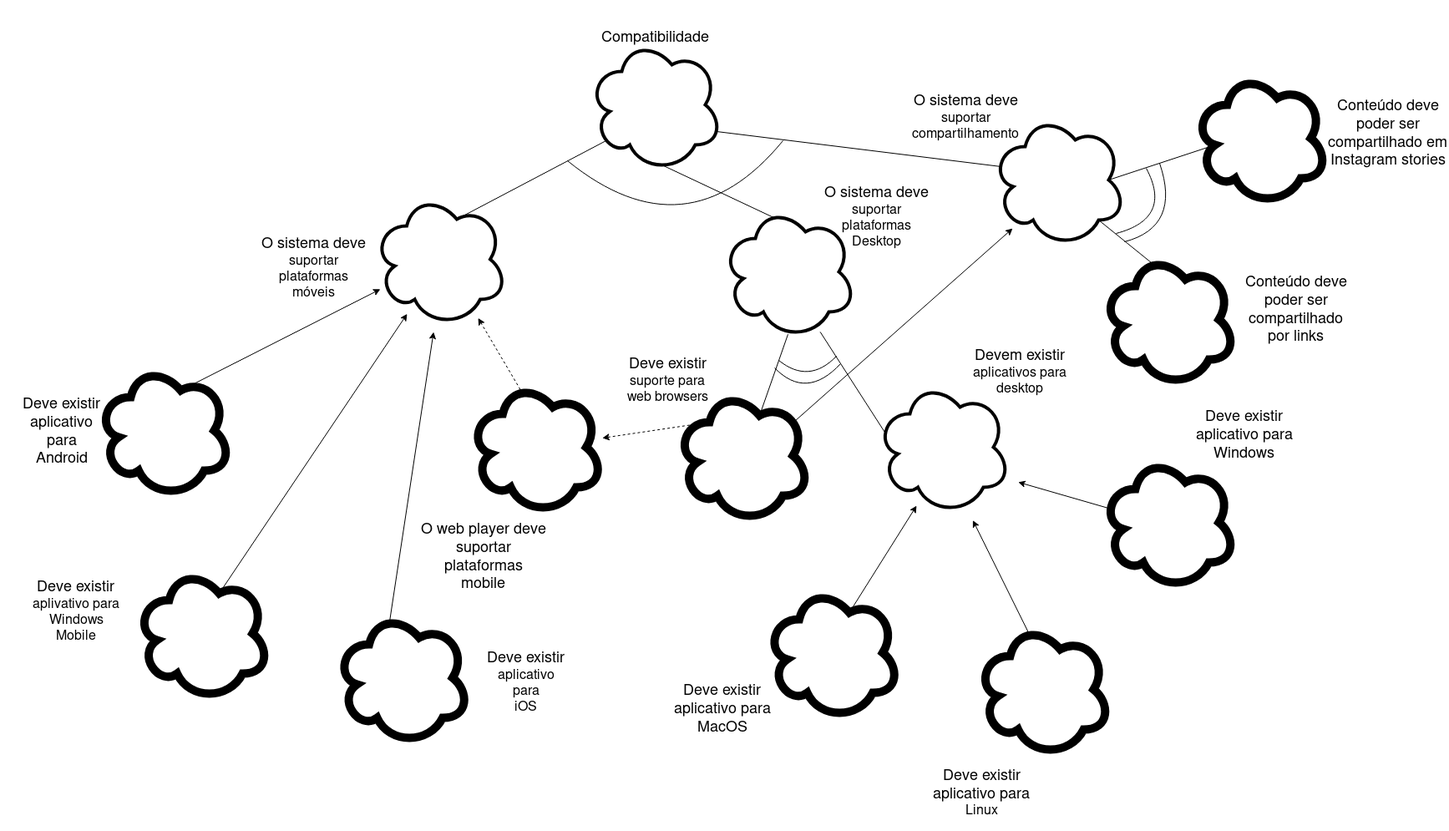
This is docs/assets/images/NFR/NFR-Compatibilidade-sem-propagacao.png from Requisitos-de-Software/2019.2-Deezer, a draw.io export, as it was before one commit. Source tidied: cells renumbered, new cells last; positions are measured from the earlier drawing's top-left corner, leaving out a move shared by most shapes.
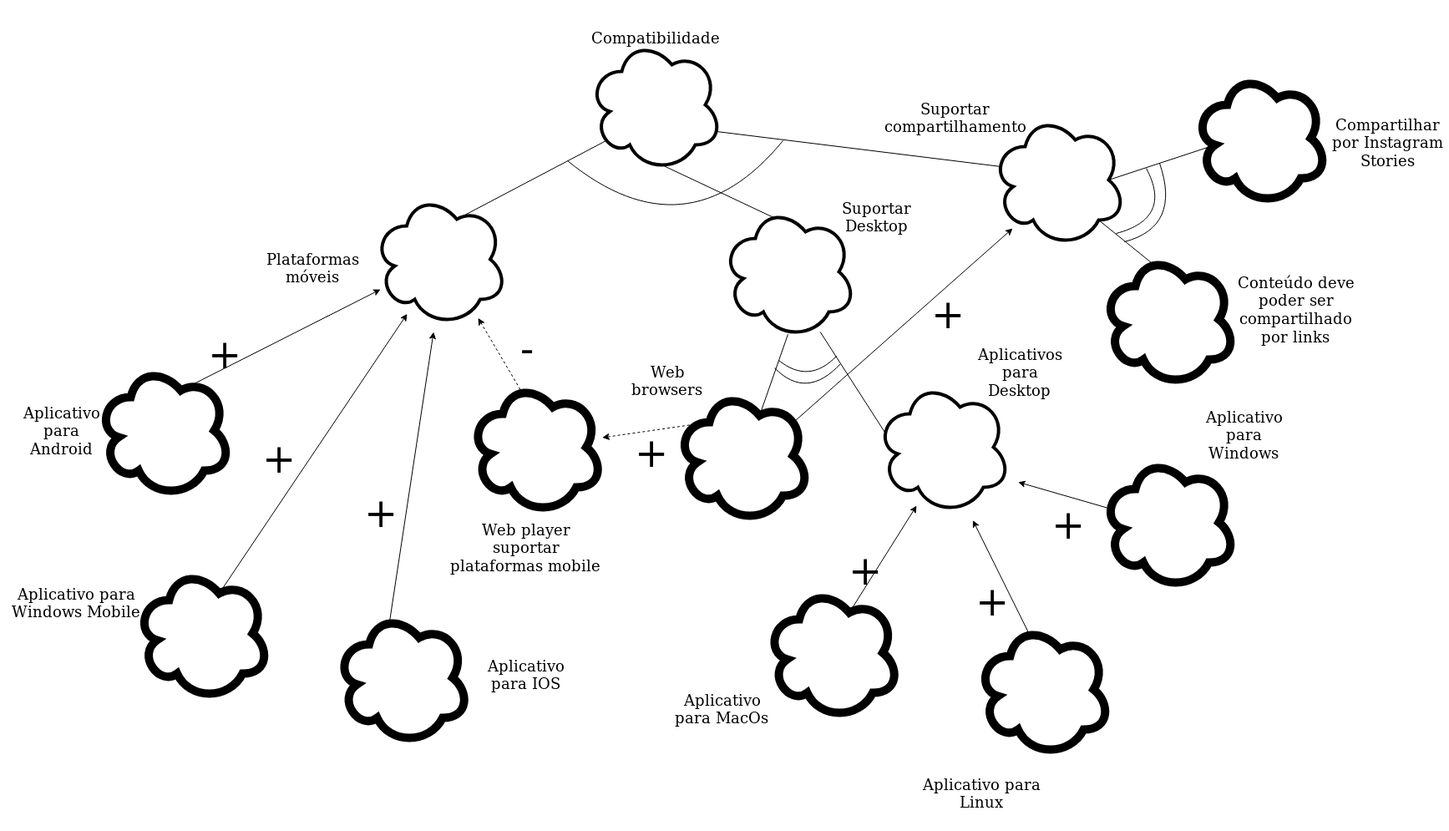
The same file after the commit.

Change to the diagram source:
```diff
@@ -2,6 +2,27 @@
   <root>
     <mxCell id="0" />
     <mxCell id="1" parent="0" />
+    <mxCell id="54" value="&lt;font style=&quot;font-size: 48px&quot;&gt;+&lt;/font&gt;" style="text;html=1;strokeColor=none;fillColor=none;align=center;verticalAlign=middle;whiteSpace=wrap;rounded=0;labelBackgroundColor=#ffffff;fontSize=100;gradientColor=#ffffff;" parent="1" vertex="1">
+      <mxGeometry x="1092" y="343" width="83" height="27" as="geometry" />
+    </mxCell>
+    <mxCell id="55" value="&lt;font style=&quot;font-size: 48px&quot;&gt;+&lt;/font&gt;" style="text;html=1;strokeColor=none;fillColor=none;align=center;verticalAlign=middle;whiteSpace=wrap;rounded=0;labelBackgroundColor=#ffffff;fontSize=100;" parent="1" vertex="1">
+      <mxGeometry x="291.5" y="481.5" width="83" height="97" as="geometry" />
+    </mxCell>
+    <mxCell id="56" value="&lt;font style=&quot;font-size: 48px&quot;&gt;+&lt;/font&gt;" style="text;html=1;strokeColor=none;fillColor=none;align=center;verticalAlign=middle;whiteSpace=wrap;rounded=0;labelBackgroundColor=#ffffff;fontSize=100;" parent="1" vertex="1">
+      <mxGeometry x="226" y="356.5" width="83" height="97" as="geometry" />
+    </mxCell>
+    <mxCell id="57" value="&lt;font style=&quot;font-size: 48px&quot;&gt;+&lt;/font&gt;" style="text;html=1;strokeColor=none;fillColor=none;align=center;verticalAlign=middle;whiteSpace=wrap;rounded=0;labelBackgroundColor=#ffffff;fontSize=100;gradientColor=#ffffff;" parent="1" vertex="1">
+      <mxGeometry x="1236" y="595" width="83" height="27" as="geometry" />
+    </mxCell>
+    <mxCell id="58" value="&lt;font style=&quot;font-size: 48px&quot;&gt;+&lt;/font&gt;" style="text;html=1;strokeColor=none;fillColor=none;align=center;verticalAlign=middle;whiteSpace=wrap;rounded=0;labelBackgroundColor=#ffffff;fontSize=100;gradientColor=#ffffff;" parent="1" vertex="1">
+      <mxGeometry x="1145.5" y="687.5" width="83" height="27" as="geometry" />
+    </mxCell>
+    <mxCell id="59" value="&lt;font style=&quot;font-size: 48px&quot;&gt;+&lt;/font&gt;" style="text;html=1;strokeColor=none;fillColor=none;align=center;verticalAlign=middle;whiteSpace=wrap;rounded=0;labelBackgroundColor=#ffffff;fontSize=100;gradientColor=#ffffff;" parent="1" vertex="1">
+      <mxGeometry x="993.5" y="651" width="83" height="27" as="geometry" />
+    </mxCell>
+    <mxCell id="60" value="&lt;font style=&quot;font-size: 48px&quot;&gt;+&lt;/font&gt;" style="text;html=1;strokeColor=none;fillColor=none;align=center;verticalAlign=middle;whiteSpace=wrap;rounded=0;labelBackgroundColor=#ffffff;fontSize=100;gradientColor=#ffffff;" parent="1" vertex="1">
+      <mxGeometry x="737.5" y="509.5" width="83" height="27" as="geometry" />
+    </mxCell>
     <mxCell id="2" style="edgeStyle=none;rounded=0;jettySize=auto;html=1;exitX=0.55;exitY=0.95;exitDx=0;exitDy=0;exitPerimeter=0;entryX=0.4;entryY=0.1;entryDx=0;entryDy=0;entryPerimeter=0;endArrow=none;endFill=0;fontSize=14;" parent="1" edge="1" source="3" target="32">
       <mxGeometry relative="1" as="geometry" />
     </mxCell>
@@ -66,37 +87,37 @@
     <mxCell id="19" style="ellipse;shape=cloud;strokeWidth=10;fontSize=14;whiteSpace=wrap;html=1;align=center;" parent="1" vertex="1">
       <mxGeometry x="561.5" y="455" width="160" height="160" as="geometry" />
     </mxCell>
-    <mxCell id="20" value="&lt;div style=&quot;font-size: 18px&quot;&gt;&lt;font style=&quot;font-size: 18px&quot;&gt;Deve existir&lt;/font&gt;&lt;/div&gt;&lt;div style=&quot;font-size: 18px&quot;&gt;&lt;font style=&quot;font-size: 18px&quot;&gt;aplicativo para&lt;/font&gt;&lt;/div&gt;&lt;div style=&quot;font-size: 18px&quot;&gt;&lt;font style=&quot;font-size: 18px&quot;&gt;Android&lt;/font&gt;&lt;/div&gt;" style="text;html=1;strokeColor=none;fillColor=none;align=center;verticalAlign=middle;whiteSpace=wrap;rounded=0;" parent="1" vertex="1">
+    <mxCell id="20" value="&lt;font style=&quot;font-size: 18px&quot;&gt;Aplicativo para Android&lt;br&gt;&lt;/font&gt;" style="text;html=1;strokeColor=none;fillColor=none;align=center;verticalAlign=middle;whiteSpace=wrap;rounded=0;" parent="1" vertex="1">
       <mxGeometry x="17" y="462" width="113" height="107" as="geometry" />
     </mxCell>
-    <mxCell id="21" value="&lt;div&gt;&lt;font style=&quot;font-size: 18px&quot;&gt;O sistema deve&lt;/font&gt;&lt;/div&gt;&lt;div&gt;&lt;font size=&quot;3&quot;&gt;suportar&lt;/font&gt;&lt;/div&gt;&lt;div&gt;&lt;font size=&quot;3&quot;&gt;plataformas&lt;/font&gt;&lt;/div&gt;&lt;div&gt;&lt;font size=&quot;3&quot;&gt;móveis&lt;/font&gt;&lt;/div&gt;" style="text;html=1;strokeColor=none;fillColor=none;align=center;verticalAlign=middle;whiteSpace=wrap;rounded=0;" parent="1" vertex="1">
+    <mxCell id="21" value="&lt;font style=&quot;font-size: 18px&quot;&gt;Plataformas móveis&lt;br&gt;&lt;/font&gt;" style="text;html=1;strokeColor=none;fillColor=none;align=center;verticalAlign=middle;whiteSpace=wrap;rounded=0;" parent="1" vertex="1">
       <mxGeometry x="303" y="275" width="143" height="90" as="geometry" />
     </mxCell>
-    <mxCell id="22" value="&lt;div&gt;&lt;font style=&quot;font-size: 18px&quot;&gt;O sistema deve&lt;/font&gt;&lt;/div&gt;&lt;div&gt;&lt;font size=&quot;3&quot;&gt;suportar&lt;/font&gt;&lt;/div&gt;&lt;div&gt;&lt;font size=&quot;3&quot;&gt;plataformas&lt;/font&gt;&lt;/div&gt;&lt;div&gt;&lt;font size=&quot;3&quot;&gt;Desktop&lt;/font&gt;&lt;/div&gt;" style="text;html=1;strokeColor=none;fillColor=none;align=center;verticalAlign=middle;whiteSpace=wrap;rounded=0;" parent="1" vertex="1">
+    <mxCell id="22" value="&lt;font style=&quot;font-size: 18px&quot;&gt;Suportar Desktop&lt;br&gt;&lt;/font&gt;" style="text;html=1;strokeColor=none;fillColor=none;align=center;verticalAlign=middle;whiteSpace=wrap;rounded=0;" parent="1" vertex="1">
       <mxGeometry x="976.5" y="214" width="145" height="90" as="geometry" />
     </mxCell>
-    <mxCell id="23" value="&lt;div style=&quot;font-size: 18px&quot;&gt;&lt;font style=&quot;font-size: 18px&quot;&gt;O web player deve suportar&lt;/font&gt;&lt;/div&gt;&lt;div style=&quot;font-size: 18px&quot;&gt;&lt;font style=&quot;font-size: 18px&quot;&gt;plataformas&lt;/font&gt;&lt;/div&gt;&lt;div style=&quot;font-size: 18px&quot;&gt;&lt;font style=&quot;font-size: 18px&quot;&gt;mobile&lt;/font&gt;&lt;/div&gt;" style="text;html=1;strokeColor=none;fillColor=none;align=center;verticalAlign=middle;whiteSpace=wrap;rounded=0;direction=south;" parent="1" vertex="1">
-      <mxGeometry x="481.5" y="587" width="193" height="158" as="geometry" />
+    <mxCell id="23" value="&lt;font style=&quot;font-size: 18px&quot;&gt;Web player suportar plataformas mobile&lt;br&gt;&lt;/font&gt;" style="text;html=1;strokeColor=none;fillColor=none;align=center;verticalAlign=middle;whiteSpace=wrap;rounded=0;direction=south;" parent="1" vertex="1">
+      <mxGeometry x="533" y="576" width="193" height="158" as="geometry" />
     </mxCell>
     <mxCell id="24" value="&lt;font style=&quot;font-size: 18px&quot;&gt;Compatibilidade&lt;/font&gt;" style="text;html=1;strokeColor=none;fillColor=none;align=center;verticalAlign=middle;whiteSpace=wrap;rounded=0;" parent="1" vertex="1">
       <mxGeometry x="739" width="90" height="90" as="geometry" />
     </mxCell>
-    <mxCell id="25" value="&lt;div&gt;&lt;font style=&quot;font-size: 18px&quot;&gt;Deve existir aplicativo para&lt;/font&gt;&lt;/div&gt;&lt;div&gt;&lt;font size=&quot;3&quot;&gt;Linux&lt;/font&gt;&lt;/div&gt;" style="text;html=1;strokeColor=none;fillColor=none;align=center;verticalAlign=middle;whiteSpace=wrap;rounded=0;" parent="1" vertex="1">
+    <mxCell id="25" value="&lt;font style=&quot;font-size: 18px&quot;&gt;Aplicativo para Linux&lt;br&gt;&lt;/font&gt;" style="text;html=1;strokeColor=none;fillColor=none;align=center;verticalAlign=middle;whiteSpace=wrap;rounded=0;" parent="1" vertex="1">
       <mxGeometry x="1101" y="905" width="148" height="88" as="geometry" />
     </mxCell>
-    <mxCell id="26" value="&lt;div&gt;&lt;font style=&quot;font-size: 18px&quot;&gt;Deve existir&lt;/font&gt;&lt;/div&gt;&lt;div&gt;&lt;font size=&quot;3&quot;&gt;suporte para web browsers&lt;/font&gt;&lt;/div&gt;" style="text;html=1;strokeColor=none;fillColor=none;align=center;verticalAlign=middle;whiteSpace=wrap;rounded=0;" parent="1" vertex="1">
+    <mxCell id="26" value="&lt;font style=&quot;font-size: 18px&quot;&gt;Web browsers&lt;br&gt;&lt;/font&gt;" style="text;html=1;strokeColor=none;fillColor=none;align=center;verticalAlign=middle;whiteSpace=wrap;rounded=0;" parent="1" vertex="1">
       <mxGeometry x="739" y="410" width="120" height="90" as="geometry" />
     </mxCell>
-    <mxCell id="27" value="&lt;div&gt;&lt;font style=&quot;font-size: 18px&quot;&gt;Deve existir &lt;br&gt;&lt;/font&gt;&lt;/div&gt;&lt;font size=&quot;3&quot;&gt;aplivativo para&lt;/font&gt;&lt;div&gt;&lt;font size=&quot;3&quot;&gt;Windows Mobile&lt;/font&gt;&lt;/div&gt;" style="text;html=1;strokeColor=none;fillColor=none;align=center;verticalAlign=middle;whiteSpace=wrap;rounded=0;" parent="1" vertex="1">
+    <mxCell id="27" value="&lt;font style=&quot;font-size: 18px&quot;&gt;Aplicativo para Windows Mobile&lt;br&gt;&lt;/font&gt;" style="text;html=1;strokeColor=none;fillColor=none;align=center;verticalAlign=middle;whiteSpace=wrap;rounded=0;" parent="1" vertex="1">
       <mxGeometry x="0.5" y="663.5" width="180" height="117" as="geometry" />
     </mxCell>
-    <mxCell id="28" value="&lt;div&gt;&lt;font style=&quot;font-size: 18px&quot;&gt;Deve existir&lt;br&gt;&lt;/font&gt;&lt;div&gt;&lt;font size=&quot;3&quot;&gt;aplicativo para&lt;/font&gt;&lt;/div&gt;&lt;/div&gt;&lt;div&gt;&lt;font size=&quot;3&quot;&gt;iOS&lt;br&gt;&lt;/font&gt;&lt;/div&gt;" style="text;html=1;strokeColor=none;fillColor=none;align=center;verticalAlign=middle;whiteSpace=wrap;rounded=0;" parent="1" vertex="1">
+    <mxCell id="28" value="&lt;font style=&quot;font-size: 18px&quot;&gt;Aplicativo para IOS&lt;br&gt;&lt;/font&gt;" style="text;html=1;strokeColor=none;fillColor=none;align=center;verticalAlign=middle;whiteSpace=wrap;rounded=0;" parent="1" vertex="1">
       <mxGeometry x="562" y="758" width="135" height="98" as="geometry" />
     </mxCell>
-    <mxCell id="29" value="&lt;font style=&quot;font-size: 18px&quot;&gt;Deve existir aplicativo para Windows&lt;/font&gt;" style="text;html=1;strokeColor=none;fillColor=none;align=center;verticalAlign=middle;whiteSpace=wrap;rounded=0;" parent="1" vertex="1">
+    <mxCell id="29" value="&lt;font style=&quot;font-size: 18px&quot;&gt;Aplicativo para Windows&lt;br&gt;&lt;/font&gt;" style="text;html=1;strokeColor=none;fillColor=none;align=center;verticalAlign=middle;whiteSpace=wrap;rounded=0;" parent="1" vertex="1">
       <mxGeometry x="1422.5" y="475" width="133" height="90" as="geometry" />
     </mxCell>
-    <mxCell id="30" value="&lt;div&gt;&lt;font style=&quot;font-size: 18px&quot;&gt;Deve existir aplicativo para MacOS&lt;/font&gt;&lt;/div&gt;" style="text;html=1;strokeColor=none;fillColor=none;align=center;verticalAlign=middle;whiteSpace=wrap;rounded=0;" parent="1" vertex="1">
+    <mxCell id="30" value="&lt;font style=&quot;font-size: 18px&quot;&gt;Aplicativo para MacOs&lt;br&gt;&lt;/font&gt;" style="text;html=1;strokeColor=none;fillColor=none;align=center;verticalAlign=middle;whiteSpace=wrap;rounded=0;" parent="1" vertex="1">
       <mxGeometry x="797.5" y="803" width="133" height="90" as="geometry" />
     </mxCell>
     <mxCell id="31" style="curved=1;endArrow=none;html=1;endFill=0;" parent="1" edge="1">
@@ -119,7 +140,7 @@
     <mxCell id="34" style="ellipse;shape=cloud;strokeWidth=10;fontSize=14;whiteSpace=wrap;html=1;align=center;" parent="1" vertex="1">
       <mxGeometry x="1319" y="545" width="160" height="160" as="geometry" />
     </mxCell>
-    <mxCell id="35" value="&lt;div&gt;&lt;font style=&quot;font-size: 18px&quot;&gt;Devem existir&lt;/font&gt;&lt;/div&gt;&lt;div&gt;&lt;font size=&quot;3&quot;&gt;aplicativos para desktop&lt;/font&gt;&lt;/div&gt;" style="text;html=1;strokeColor=none;fillColor=none;align=center;verticalAlign=middle;whiteSpace=wrap;rounded=0;" parent="1" vertex="1">
+    <mxCell id="35" value="&lt;font style=&quot;font-size: 18px&quot;&gt;Aplicativos para Desktop&lt;br&gt;&lt;/font&gt;" style="text;html=1;strokeColor=none;fillColor=none;align=center;verticalAlign=middle;whiteSpace=wrap;rounded=0;" parent="1" vertex="1">
       <mxGeometry x="1161" y="400" width="120" height="90" as="geometry" />
     </mxCell>
     <mxCell id="36" style="curved=1;endArrow=none;html=1;endFill=0;" parent="1" edge="1">
@@ -156,11 +177,14 @@
         </Array>
       </mxGeometry>
     </mxCell>
+    <mxCell id="61" value="&lt;font style=&quot;font-size: 48px&quot;&gt;+&lt;/font&gt;" style="text;html=1;strokeColor=none;fillColor=none;align=center;verticalAlign=middle;whiteSpace=wrap;rounded=0;labelBackgroundColor=#ffffff;fontSize=100;" parent="1" vertex="1">
+      <mxGeometry x="413.5" y="546.5" width="83" height="97" as="geometry" />
+    </mxCell>
+    <mxCell id="62" value="&lt;div&gt;&lt;font style=&quot;font-size: 48px&quot;&gt;-&lt;/font&gt;&lt;/div&gt;" style="text;html=1;strokeColor=none;fillColor=none;align=center;verticalAlign=middle;whiteSpace=wrap;rounded=0;labelBackgroundColor=#ffffff;fontSize=100;" parent="1" vertex="1">
+      <mxGeometry x="583" y="365" width="93" height="65" as="geometry" />
+    </mxCell>
-    <mxCell id="42" style="edgeStyle=none;rounded=0;orthogonalLoop=1;jettySize=auto;html=1;exitX=0.5;exitY=1;exitDx=0;exitDy=0;endArrow=classic;endFill=1;fontSize=14;" parent="1" edge="1">
-      <mxGeometry relative="1" as="geometry">
-        <mxPoint x="779" y="536.5" as="sourcePoint" />
-        <mxPoint x="779" y="536.5" as="targetPoint" />
-      </mxGeometry>
+    <mxCell id="42" style="edgeStyle=none;rounded=0;orthogonalLoop=1;jettySize=auto;html=1;exitX=0.5;exitY=1;exitDx=0;exitDy=0;endArrow=classic;endFill=1;fontSize=14;" parent="1" edge="1" source="60" target="60">
+      <mxGeometry relative="1" as="geometry" />
     </mxCell>
     <mxCell id="43" style="edgeStyle=none;rounded=0;jettySize=auto;html=1;exitX=0.07;exitY=0.4;exitDx=0;exitDy=0;exitPerimeter=0;entryX=0.96;entryY=0.7;entryDx=0;entryDy=0;entryPerimeter=0;endArrow=none;endFill=0;" parent="1" edge="1" source="46" target="3">
       <mxGeometry relative="1" as="geometry" />
@@ -174,8 +198,8 @@
     <mxCell id="46" style="ellipse;shape=cloud;strokeWidth=4;fontSize=14;whiteSpace=wrap;html=1;align=center;fontStyle=0;" parent="1" vertex="1">
       <mxGeometry x="1187" y="135" width="160" height="160" as="geometry" />
     </mxCell>
-    <mxCell id="47" value="&lt;div&gt;&lt;font style=&quot;font-size: 18px&quot;&gt;O sistema deve&lt;/font&gt;&lt;/div&gt;&lt;div&gt;&lt;font size=&quot;3&quot;&gt;suportar compartilhamento&lt;br&gt;&lt;/font&gt;&lt;/div&gt;" style="text;html=1;strokeColor=none;fillColor=none;align=center;verticalAlign=middle;whiteSpace=wrap;rounded=0;" parent="1" vertex="1">
-      <mxGeometry x="1083.5" y="95" width="145" height="90" as="geometry" />
+    <mxCell id="47" value="&lt;font style=&quot;font-size: 18px&quot;&gt;Suportar compartilhamento&lt;/font&gt;" style="text;html=1;strokeColor=none;fillColor=none;align=center;verticalAlign=middle;whiteSpace=wrap;rounded=0;" parent="1" vertex="1">
+      <mxGeometry x="1071" y="95" width="145" height="90" as="geometry" />
     </mxCell>
     <mxCell id="48" style="ellipse;shape=cloud;strokeWidth=10;fontSize=14;whiteSpace=wrap;html=1;align=center;" parent="1" vertex="1">
       <mxGeometry x="1429" y="85" width="160" height="160" as="geometry" />
@@ -201,7 +225,7 @@
         </Array>
       </mxGeometry>
     </mxCell>
-    <mxCell id="52" value="&lt;div&gt;&lt;font style=&quot;font-size: 18px&quot;&gt;Conteúdo deve poder ser compartilhado em Instagram stories&lt;/font&gt;&lt;/div&gt;" style="text;html=1;strokeColor=none;fillColor=none;align=center;verticalAlign=middle;whiteSpace=wrap;rounded=0;" parent="1" vertex="1">
+    <mxCell id="52" value="&lt;font style=&quot;font-size: 18px&quot;&gt;Compartilhar por Instagram Stories&lt;br&gt;&lt;/font&gt;" style="text;html=1;strokeColor=none;fillColor=none;align=center;verticalAlign=middle;whiteSpace=wrap;rounded=0;" parent="1" vertex="1">
       <mxGeometry x="1589" y="125" width="145" height="90" as="geometry" />
     </mxCell>
     <mxCell id="53" value="&lt;div&gt;&lt;font style=&quot;font-size: 18px&quot;&gt;Conteúdo deve poder ser compartilhado por links&lt;br&gt;&lt;/font&gt;&lt;/div&gt;" style="text;html=1;strokeColor=none;fillColor=none;align=center;verticalAlign=middle;whiteSpace=wrap;rounded=0;" parent="1" vertex="1">
```
